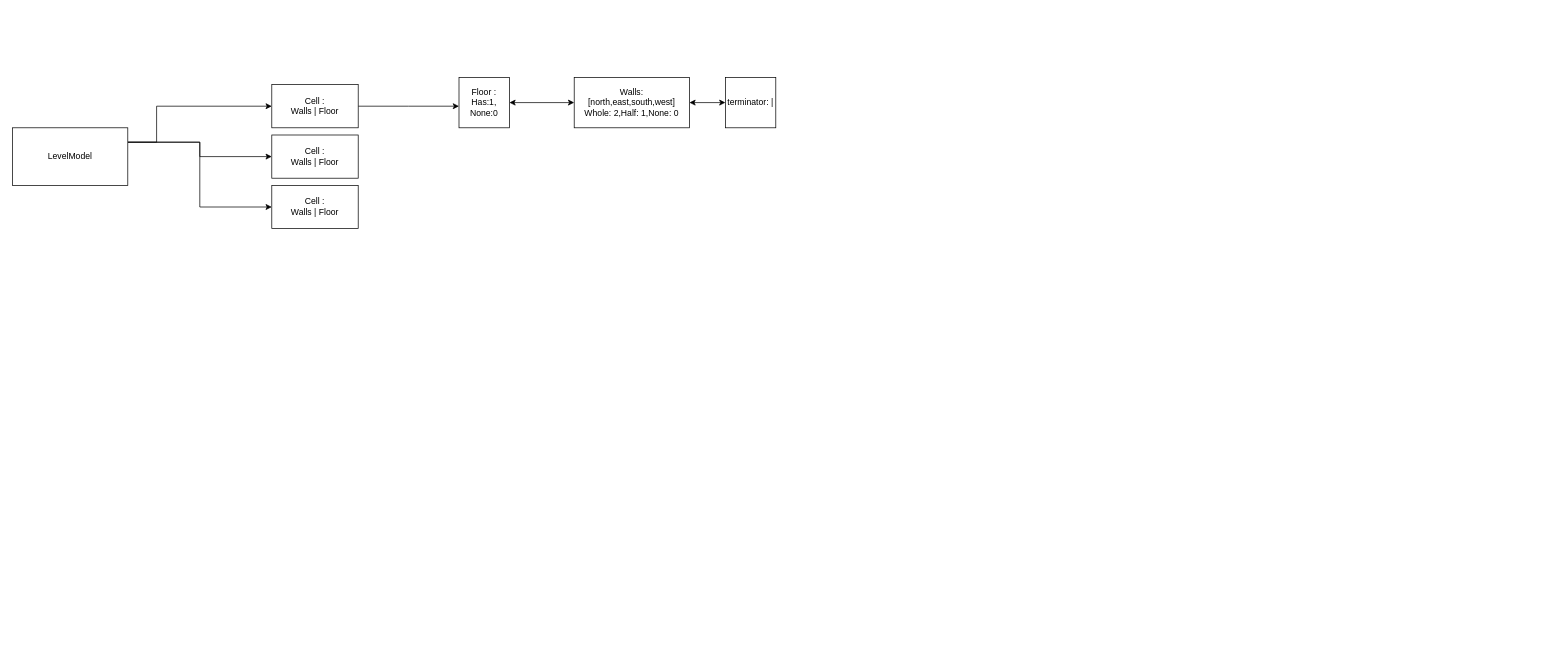
This is Assets/Docs/code_doodles.drawio from Krazerleo/Anchient_Glyph, a draw.io file, before an edit. Source tidied: cells renumbered, new cells numbered last; positions are measured from the earlier drawing's top-left corner, leaving out a move shared by most shapes. Both pictures are drawn from the tidied source at 72%, with x=0, y=0 at pixel (12, 77).
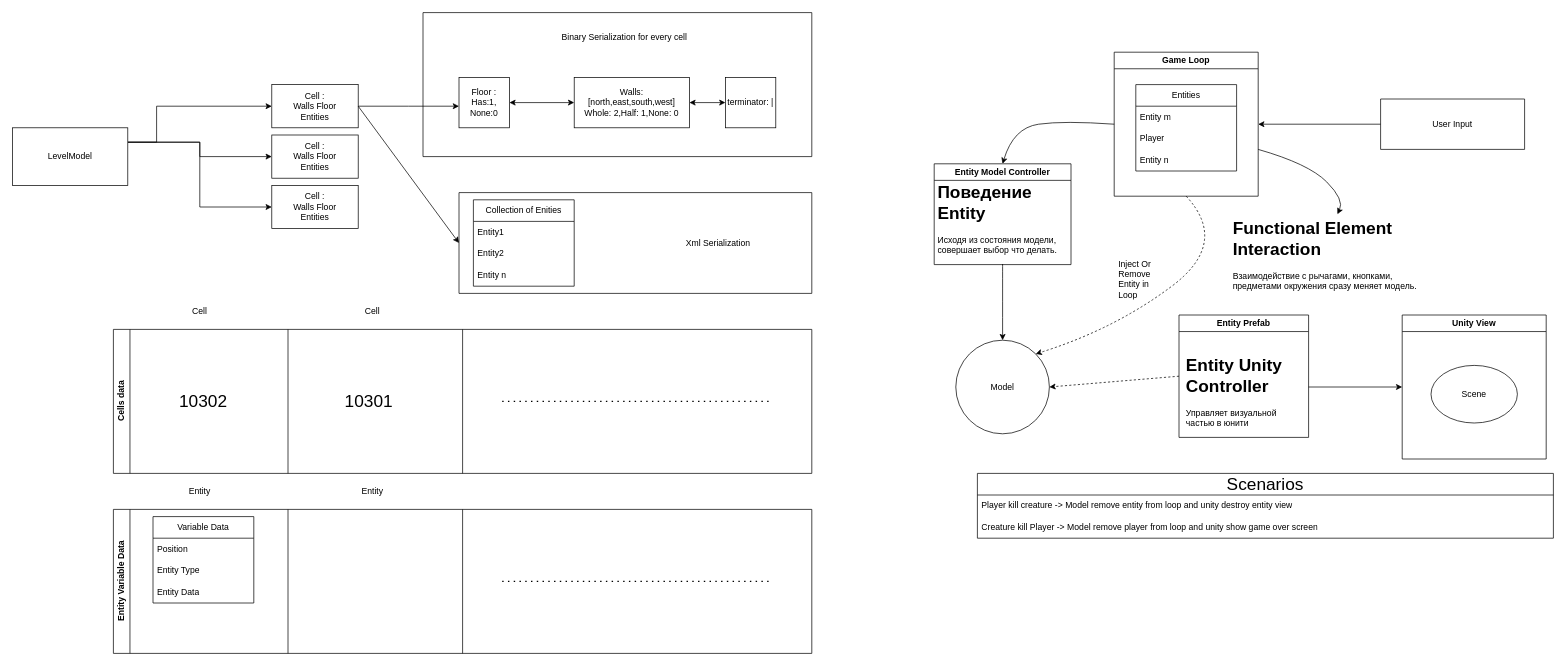
After the change.

The change refers to these unchanged cells:
```xml
<mxCell id="8" style="rounded=0;whiteSpace=wrap;html=1;" parent="1" vertex="1">
  <mxGeometry x="360" y="10" width="120" height="60" as="geometry" />
</mxCell>
```

The edit, as a diff of the source:
```diff
@@
-    <mxCell id="9" value="Cell : &lt;br&gt;Walls | Floor" style="text;html=1;strokeColor=none;fillColor=none;align=center;verticalAlign=middle;whiteSpace=wrap;rounded=0;" parent="1" vertex="1">
+    <mxCell id="9" value="Cell : &lt;br&gt;Walls Floor Entities" style="text;html=1;strokeColor=none;fillColor=none;align=center;verticalAlign=middle;whiteSpace=wrap;rounded=0;" parent="1" vertex="1">
       <mxGeometry x="375" y="25" width="90" height="30" as="geometry" />
     </mxCell>
@@
-    <mxCell id="14" value="Cell : &lt;br&gt;Walls | Floor" style="text;html=1;strokeColor=none;fillColor=none;align=center;verticalAlign=middle;whiteSpace=wrap;rounded=0;" parent="1" vertex="1">
+    <mxCell id="14" value="Cell :&lt;br style=&quot;border-color: var(--border-color);&quot;&gt;Walls Floor Entities" style="text;html=1;strokeColor=none;fillColor=none;align=center;verticalAlign=middle;whiteSpace=wrap;rounded=0;" parent="1" vertex="1">
       <mxGeometry x="375" y="95" width="90" height="30" as="geometry" />
     </mxCell>
-    <mxCell id="15" value="Cell : &lt;br&gt;Walls | Floor" style="text;html=1;strokeColor=none;fillColor=none;align=center;verticalAlign=middle;whiteSpace=wrap;rounded=0;" parent="1" vertex="1">
+    <mxCell id="15" value="Cell :&lt;br style=&quot;border-color: var(--border-color);&quot;&gt;Walls Floor Entities" style="text;html=1;strokeColor=none;fillColor=none;align=center;verticalAlign=middle;whiteSpace=wrap;rounded=0;" parent="1" vertex="1">
       <mxGeometry x="375" y="165" width="90" height="30" as="geometry" />
     </mxCell>
@@
+    <mxCell id="21" style="endArrow=classic;html=1;rounded=0;exitX=1;exitY=0.5;exitDx=0;exitDy=0;" parent="1" edge="1" source="8">
+      <mxGeometry relative="1" as="geometry">
+        <mxPoint x="620" y="230" as="targetPoint" />
+      </mxGeometry>
+    </mxCell>
+    <mxCell id="22" style="swimlane;startSize=0;" parent="1" vertex="1">
+      <mxGeometry x="570" y="-90" width="540" height="200" as="geometry" />
+    </mxCell>
+    <mxCell id="23" value="Binary Serialization for every cell" style="text;html=1;strokeColor=none;fillColor=none;align=center;verticalAlign=middle;whiteSpace=wrap;rounded=0;" parent="22" vertex="1">
+      <mxGeometry x="170" y="20" width="220" height="30" as="geometry" />
+    </mxCell>
+    <mxCell id="24" style="swimlane;startSize=0;" parent="1" vertex="1">
+      <mxGeometry x="620" y="160" width="490" height="140" as="geometry" />
+    </mxCell>
+    <mxCell id="25" value="Collection of Enities" style="swimlane;fontStyle=0;horizontal=1;startSize=30;whiteSpace=wrap;html=1;" parent="24" vertex="1">
+      <mxGeometry x="20" y="10" width="140" height="120" as="geometry" />
+    </mxCell>
+    <mxCell id="26" value="Entity1" style="text;strokeColor=none;fillColor=none;align=left;verticalAlign=middle;spacingLeft=4;spacingRight=4;overflow=hidden;whiteSpace=wrap;html=1;" parent="25" vertex="1">
+      <mxGeometry y="30" width="140" height="30" as="geometry" />
+    </mxCell>
+    <mxCell id="27" value="Entity2" style="text;strokeColor=none;fillColor=none;align=left;verticalAlign=middle;spacingLeft=4;spacingRight=4;overflow=hidden;whiteSpace=wrap;html=1;" parent="25" vertex="1">
+      <mxGeometry y="60" width="140" height="30" as="geometry" />
+    </mxCell>
+    <mxCell id="28" value="Entity n" style="text;strokeColor=none;fillColor=none;align=left;verticalAlign=middle;spacingLeft=4;spacingRight=4;overflow=hidden;whiteSpace=wrap;html=1;" parent="25" vertex="1">
+      <mxGeometry y="90" width="140" height="30" as="geometry" />
+    </mxCell>
+    <mxCell id="29" value="Xml Serialization" style="text;html=1;strokeColor=none;fillColor=none;align=center;verticalAlign=middle;whiteSpace=wrap;rounded=0;" parent="24" vertex="1">
+      <mxGeometry x="290" y="20" width="140" height="100" as="geometry" />
+    </mxCell>
+    <mxCell id="30" value="Cells data" style="swimlane;horizontal=0;whiteSpace=wrap;html=1;" parent="1" vertex="1">
+      <mxGeometry x="140" y="350" width="970" height="200" as="geometry" />
+    </mxCell>
+    <mxCell id="31" value="&lt;font style=&quot;font-size: 24px;&quot;&gt;10302&lt;/font&gt;" style="text;html=1;strokeColor=none;fillColor=none;align=center;verticalAlign=middle;whiteSpace=wrap;rounded=0;" parent="30" vertex="1">
+      <mxGeometry x="60" y="60" width="130" height="80" as="geometry" />
+    </mxCell>
+    <mxCell id="32" value="&lt;font style=&quot;font-size: 24px;&quot;&gt;10301&lt;br&gt;&lt;/font&gt;" style="text;html=1;strokeColor=none;fillColor=none;align=center;verticalAlign=middle;whiteSpace=wrap;rounded=0;" parent="30" vertex="1">
+      <mxGeometry x="290" y="60" width="130" height="80" as="geometry" />
+    </mxCell>
+    <mxCell id="33" style="endArrow=none;html=1;rounded=0;exitX=0.25;exitY=1;exitDx=0;exitDy=0;entryX=0.25;entryY=0;entryDx=0;entryDy=0;" parent="1" edge="1" source="30" target="30">
+      <mxGeometry relative="1" as="geometry" />
+    </mxCell>
+    <mxCell id="34" value="Cell" style="text;html=1;strokeColor=none;fillColor=none;align=center;verticalAlign=middle;whiteSpace=wrap;rounded=0;" parent="1" vertex="1">
+      <mxGeometry x="230" y="310" width="60" height="30" as="geometry" />
+    </mxCell>
+    <mxCell id="35" style="endArrow=none;html=1;rounded=0;exitX=0.5;exitY=1;exitDx=0;exitDy=0;entryX=0.5;entryY=0;entryDx=0;entryDy=0;" parent="1" edge="1" source="30" target="30">
+      <mxGeometry relative="1" as="geometry" />
+    </mxCell>
+    <mxCell id="36" value="Cell" style="text;html=1;strokeColor=none;fillColor=none;align=center;verticalAlign=middle;whiteSpace=wrap;rounded=0;" parent="1" vertex="1">
+      <mxGeometry x="470" y="310" width="60" height="30" as="geometry" />
+    </mxCell>
+    <mxCell id="37" style="endArrow=none;dashed=1;html=1;dashPattern=1 3;strokeWidth=2;rounded=0;" parent="1" edge="1">
+      <mxGeometry relative="1" as="geometry">
+        <mxPoint x="680" y="450" as="sourcePoint" />
+        <mxPoint x="1050" y="450" as="targetPoint" />
+      </mxGeometry>
+    </mxCell>
+    <mxCell id="38" value="Entity Variable Data" style="swimlane;horizontal=0;whiteSpace=wrap;html=1;" parent="1" vertex="1">
+      <mxGeometry x="140" y="600" width="970" height="200" as="geometry" />
+    </mxCell>
+    <mxCell id="39" value="Variable Data" style="swimlane;fontStyle=0;horizontal=1;startSize=30;whiteSpace=wrap;html=1;" parent="38" vertex="1">
+      <mxGeometry x="55" y="10" width="140" height="120" as="geometry" />
+    </mxCell>
+    <mxCell id="40" value="Position" style="text;strokeColor=none;fillColor=none;align=left;verticalAlign=middle;spacingLeft=4;spacingRight=4;overflow=hidden;whiteSpace=wrap;html=1;" parent="39" vertex="1">
+      <mxGeometry y="30" width="140" height="30" as="geometry" />
+    </mxCell>
+    <mxCell id="41" value="Entity Type" style="text;strokeColor=none;fillColor=none;align=left;verticalAlign=middle;spacingLeft=4;spacingRight=4;overflow=hidden;whiteSpace=wrap;html=1;" parent="39" vertex="1">
+      <mxGeometry y="60" width="140" height="30" as="geometry" />
+    </mxCell>
+    <mxCell id="42" value="Entity Data" style="text;strokeColor=none;fillColor=none;align=left;verticalAlign=middle;spacingLeft=4;spacingRight=4;overflow=hidden;whiteSpace=wrap;html=1;" parent="39" vertex="1">
+      <mxGeometry y="90" width="140" height="30" as="geometry" />
+    </mxCell>
+    <mxCell id="43" style="endArrow=none;html=1;rounded=0;exitX=0.25;exitY=1;exitDx=0;exitDy=0;entryX=0.25;entryY=0;entryDx=0;entryDy=0;" parent="1" edge="1" source="38" target="38">
+      <mxGeometry relative="1" as="geometry" />
+    </mxCell>
+    <mxCell id="44" value="Entity" style="text;html=1;strokeColor=none;fillColor=none;align=center;verticalAlign=middle;whiteSpace=wrap;rounded=0;" parent="1" vertex="1">
+      <mxGeometry x="230" y="560" width="60" height="30" as="geometry" />
+    </mxCell>
+    <mxCell id="45" style="endArrow=none;html=1;rounded=0;exitX=0.5;exitY=1;exitDx=0;exitDy=0;entryX=0.5;entryY=0;entryDx=0;entryDy=0;" parent="1" edge="1" source="38" target="38">
+      <mxGeometry relative="1" as="geometry" />
+    </mxCell>
+    <mxCell id="46" value="Entity" style="text;html=1;strokeColor=none;fillColor=none;align=center;verticalAlign=middle;whiteSpace=wrap;rounded=0;" parent="1" vertex="1">
+      <mxGeometry x="470" y="560" width="60" height="30" as="geometry" />
+    </mxCell>
+    <mxCell id="47" style="endArrow=none;dashed=1;html=1;dashPattern=1 3;strokeWidth=2;rounded=0;" parent="1" edge="1">
+      <mxGeometry relative="1" as="geometry">
+        <mxPoint x="680" y="700" as="sourcePoint" />
+        <mxPoint x="1050" y="700" as="targetPoint" />
+      </mxGeometry>
+    </mxCell>
+    <mxCell id="48" style="ellipse;whiteSpace=wrap;html=1;" parent="1" vertex="1">
+      <mxGeometry x="1310" y="365" width="130" height="130" as="geometry" />
+    </mxCell>
+    <mxCell id="49" value="Model" style="text;html=1;strokeColor=none;fillColor=none;align=center;verticalAlign=middle;whiteSpace=wrap;rounded=0;" parent="1" vertex="1">
+      <mxGeometry x="1345" y="415" width="60" height="30" as="geometry" />
+    </mxCell>
+    <mxCell id="50" value="Entity Prefab" style="swimlane;whiteSpace=wrap;html=1;" parent="1" vertex="1">
+      <mxGeometry x="1620" y="330" width="180" height="170" as="geometry" />
+    </mxCell>
+    <mxCell id="51" value="&lt;h1&gt;Entity Unity Controller&lt;/h1&gt;&lt;div&gt;Управляет визуальной частью в юнити&lt;/div&gt;" style="text;html=1;strokeColor=none;fillColor=none;spacing=5;spacingTop=-20;whiteSpace=wrap;overflow=hidden;rounded=0;" parent="50" vertex="1">
+      <mxGeometry x="5" y="50" width="165" height="120" as="geometry" />
+    </mxCell>
+    <mxCell id="52" value="Game Loop" style="swimlane;whiteSpace=wrap;html=1;" parent="1" vertex="1">
+      <mxGeometry x="1530" y="-35" width="200" height="200" as="geometry" />
+    </mxCell>
+    <mxCell id="53" value="Entities" style="swimlane;fontStyle=0;horizontal=1;startSize=30;whiteSpace=wrap;html=1;" parent="52" vertex="1">
+      <mxGeometry x="30" y="45" width="140" height="120" as="geometry" />
+    </mxCell>
+    <mxCell id="54" value="Entity m" style="text;strokeColor=none;fillColor=none;align=left;verticalAlign=middle;spacingLeft=4;spacingRight=4;overflow=hidden;whiteSpace=wrap;html=1;" parent="53" vertex="1">
+      <mxGeometry y="30" width="140" height="30" as="geometry" />
+    </mxCell>
+    <mxCell id="55" value="Player" style="text;strokeColor=none;fillColor=none;align=left;verticalAlign=middle;spacingLeft=4;spacingRight=4;overflow=hidden;whiteSpace=wrap;html=1;" parent="53" vertex="1">
+      <mxGeometry y="60" width="140" height="30" as="geometry" />
+    </mxCell>
+    <mxCell id="56" value="Entity n" style="text;strokeColor=none;fillColor=none;align=left;verticalAlign=middle;spacingLeft=4;spacingRight=4;overflow=hidden;whiteSpace=wrap;html=1;" parent="53" vertex="1">
+      <mxGeometry y="90" width="140" height="30" as="geometry" />
+    </mxCell>
+    <mxCell id="57" style="curved=1;endArrow=classic;html=1;rounded=0;entryX=0.5;entryY=0;entryDx=0;entryDy=0;exitX=0.5;exitY=1;exitDx=0;exitDy=0;" parent="1" edge="1" source="72" target="48">
+      <mxGeometry relative="1" as="geometry">
+        <Array as="points">
+          <mxPoint x="1375" y="250" />
+        </Array>
+      </mxGeometry>
+    </mxCell>
+    <mxCell id="58" value="Unity View" style="swimlane;whiteSpace=wrap;html=1;" parent="1" vertex="1">
+      <mxGeometry x="1930" y="330" width="200" height="200" as="geometry" />
+    </mxCell>
+    <mxCell id="59" style="ellipse;whiteSpace=wrap;html=1;" parent="58" vertex="1">
+      <mxGeometry x="40" y="70" width="120" height="80" as="geometry" />
+    </mxCell>
+    <mxCell id="60" value="Scene" style="text;html=1;strokeColor=none;fillColor=none;align=center;verticalAlign=middle;whiteSpace=wrap;rounded=0;" parent="58" vertex="1">
+      <mxGeometry x="70" y="95" width="60" height="30" as="geometry" />
+    </mxCell>
+    <mxCell id="61" style="endArrow=classic;html=1;rounded=0;entryX=0;entryY=0.5;entryDx=0;entryDy=0;" parent="1" edge="1" target="58">
+      <mxGeometry relative="1" as="geometry">
+        <mxPoint x="1800" y="430" as="sourcePoint" />
+      </mxGeometry>
+    </mxCell>
+    <mxCell id="62" style="swimlane;startSize=0;" parent="1" vertex="1">
+      <mxGeometry x="1900" y="30" width="200" height="70" as="geometry" />
+    </mxCell>
+    <mxCell id="63" value="User Input" style="text;html=1;strokeColor=none;fillColor=none;align=center;verticalAlign=middle;whiteSpace=wrap;rounded=0;" parent="62" vertex="1">
+      <mxGeometry x="70" y="20" width="60" height="30" as="geometry" />
+    </mxCell>
+    <mxCell id="64" style="endArrow=classic;html=1;rounded=0;exitX=0;exitY=0.5;exitDx=0;exitDy=0;entryX=1;entryY=0.5;entryDx=0;entryDy=0;" parent="1" edge="1" source="62" target="52">
+      <mxGeometry relative="1" as="geometry" />
+    </mxCell>
+    <mxCell id="65" style="curved=1;endArrow=classic;html=1;rounded=0;exitX=0.5;exitY=1;exitDx=0;exitDy=0;labelBorderColor=none;entryX=1;entryY=0;entryDx=0;entryDy=0;dashed=1;" parent="1" edge="1" source="52" target="48">
+      <mxGeometry relative="1" as="geometry">
+        <Array as="points">
+          <mxPoint x="1690" y="230" />
+          <mxPoint x="1530" y="350" />
+        </Array>
+      </mxGeometry>
+    </mxCell>
+    <mxCell id="66" value="Inject Or Remove Entity in Loop" style="text;strokeColor=none;fillColor=none;align=left;verticalAlign=middle;spacingLeft=4;spacingRight=4;overflow=hidden;whiteSpace=wrap;html=1;" parent="1" vertex="1">
+      <mxGeometry x="1530" y="250" width="80" height="60" as="geometry" />
+    </mxCell>
+    <mxCell id="67" value="&lt;font style=&quot;font-size: 24px;&quot;&gt;Scenarios&lt;/font&gt;" style="swimlane;fontStyle=0;horizontal=1;startSize=30;whiteSpace=wrap;html=1;" parent="1" vertex="1">
+      <mxGeometry x="1340" y="550" width="800" height="90" as="geometry" />
+    </mxCell>
+    <mxCell id="68" value="Player kill creature -&amp;gt; Model remove entity from loop and unity destroy entity view" style="text;strokeColor=none;fillColor=none;align=left;verticalAlign=middle;spacingLeft=4;spacingRight=4;overflow=hidden;whiteSpace=wrap;html=1;" parent="67" vertex="1">
+      <mxGeometry y="30" width="800" height="30" as="geometry" />
+    </mxCell>
+    <mxCell id="69" value="Creature kill Player -&amp;gt; Model remove player from loop and unity show game over screen" style="text;strokeColor=none;fillColor=none;align=left;verticalAlign=middle;spacingLeft=4;spacingRight=4;overflow=hidden;whiteSpace=wrap;html=1;" parent="67" vertex="1">
+      <mxGeometry y="60" width="800" height="30" as="geometry" />
+    </mxCell>
+    <mxCell id="70" style="endArrow=classic;html=1;rounded=0;entryX=1;entryY=0.5;entryDx=0;entryDy=0;exitX=0;exitY=0.5;exitDx=0;exitDy=0;dashed=1;" parent="1" edge="1" source="50" target="48">
+      <mxGeometry relative="1" as="geometry" />
+    </mxCell>
+    <mxCell id="71" style="curved=1;endArrow=classic;html=1;rounded=0;entryX=0.5;entryY=0;entryDx=0;entryDy=0;exitX=0;exitY=0.5;exitDx=0;exitDy=0;" parent="1" edge="1" source="52" target="72">
+      <mxGeometry relative="1" as="geometry">
+        <Array as="points">
+          <mxPoint x="1460" y="60" />
+          <mxPoint x="1390" y="70" />
+        </Array>
+      </mxGeometry>
+    </mxCell>
+    <mxCell id="72" value="Entity Model Controller" style="swimlane;whiteSpace=wrap;html=1;" parent="1" vertex="1">
+      <mxGeometry x="1280" y="120" width="190" height="140" as="geometry" />
+    </mxCell>
+    <mxCell id="73" value="&lt;h1&gt;Поведение Entity&lt;/h1&gt;&lt;div&gt;Исходя из состояния модели, совершает выбор что делать.&lt;/div&gt;" style="text;html=1;strokeColor=none;fillColor=none;spacing=5;spacingTop=-20;whiteSpace=wrap;overflow=hidden;rounded=0;" parent="72" vertex="1">
+      <mxGeometry y="20" width="190" height="120" as="geometry" />
+    </mxCell>
+    <mxCell id="74" value="&lt;h1&gt;Functional Element Interaction&lt;/h1&gt;&lt;p&gt;Взаимодействие с рычагами, кнопками, предметами окружения сразу меняет модель.&lt;/p&gt;" style="text;html=1;strokeColor=none;fillColor=none;spacing=5;spacingTop=-20;whiteSpace=wrap;overflow=hidden;rounded=0;" parent="1" vertex="1">
+      <mxGeometry x="1690" y="190" width="300" height="120" as="geometry" />
+    </mxCell>
+    <mxCell id="75" style="curved=1;endArrow=classic;html=1;rounded=0;exitX=0.5;exitY=0;exitDx=0;exitDy=0;entryX=0.5;entryY=0;entryDx=0;entryDy=0;" parent="1" edge="1" target="74">
+      <mxGeometry relative="1" as="geometry">
+        <mxPoint x="1730" y="100" as="sourcePoint" />
+        <Array as="points">
+          <mxPoint x="1800" y="120" />
+          <mxPoint x="1850" y="170" />
+        </Array>
+      </mxGeometry>
+    </mxCell>
```
